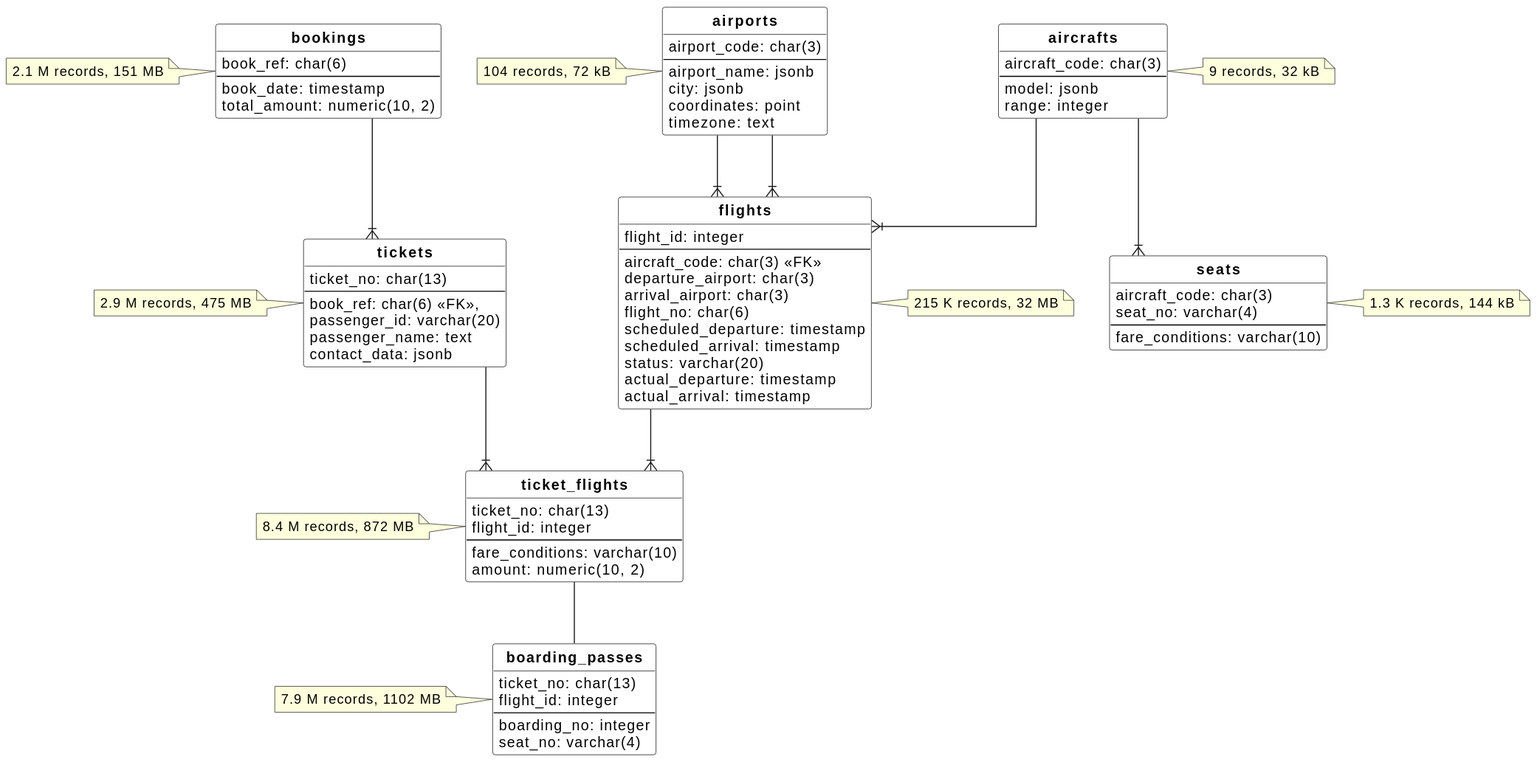
Earlier version of the PlantUML export databases/postgres/qpt-13/database-diagram.svg (mialkin/docs).
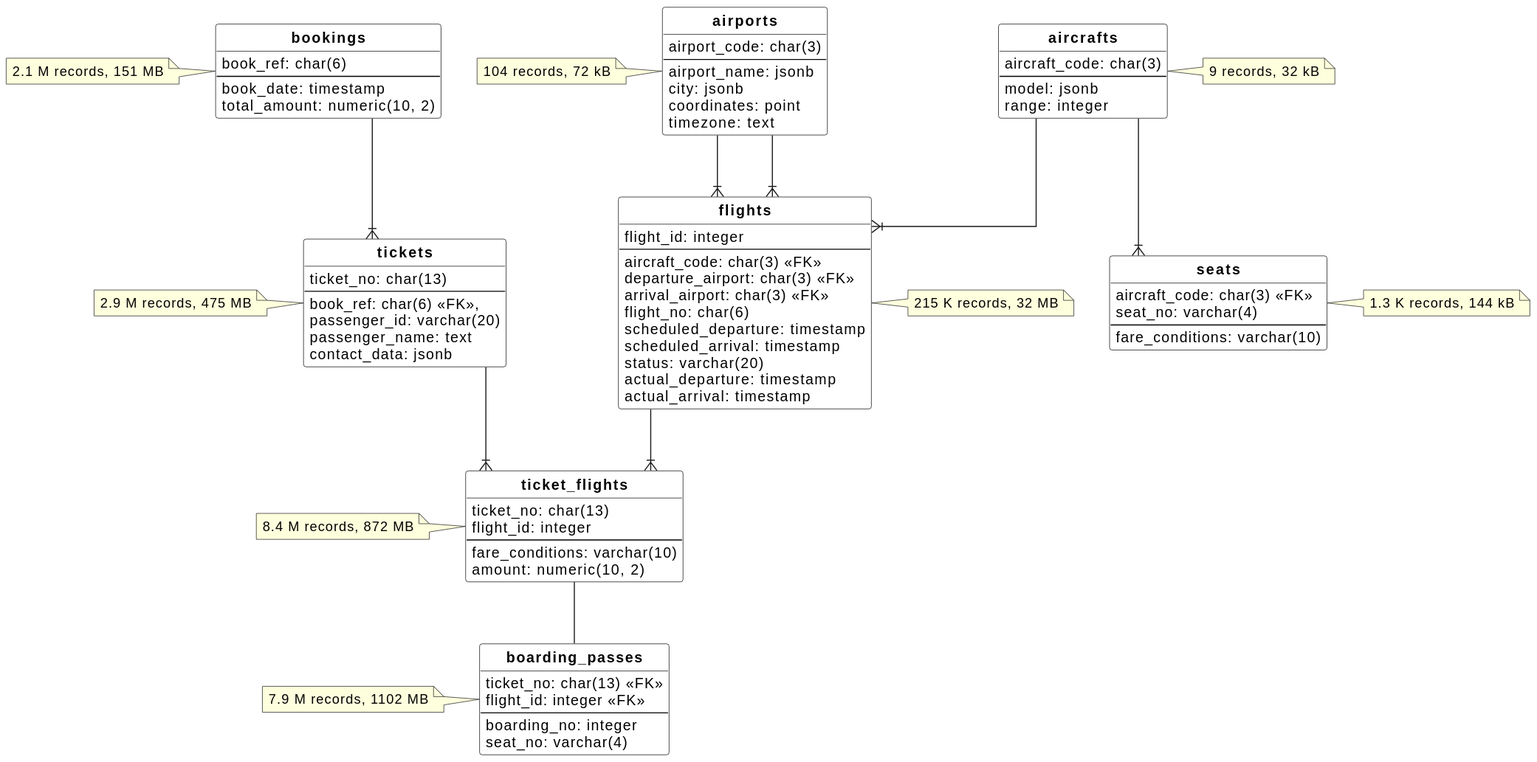
The same file after the commit.

Commit message:
Add missing foreign keys

Diff of the diagram source:
```diff
@@ -40,8 +40,8 @@
  flight_id: integer
  --
  aircraft_code: char(3) <<FK>>
- departure_airport: char(3)
- arrival_airport: char(3)
+ departure_airport: char(3) <<FK>>
+ arrival_airport: char(3) <<FK>>
  flight_no: char(6)
  scheduled_departure: timestamp
  scheduled_arrival: timestamp
@@ -63,8 +63,8 @@
 
 
 entity boarding_passes {
- ticket_no: char(13)
- flight_id: integer
+ ticket_no: char(13) <<FK>>
+ flight_id: integer <<FK>>
  --
  boarding_no: integer
  seat_no: varchar(4)
@@ -80,7 +80,7 @@
 note right: 9 records, 32 kB
 
 entity seats {
- aircraft_code: char(3)
+ aircraft_code: char(3) <<FK>>
  seat_no: varchar(4)
  --
  fare_conditions: varchar(10)
```
